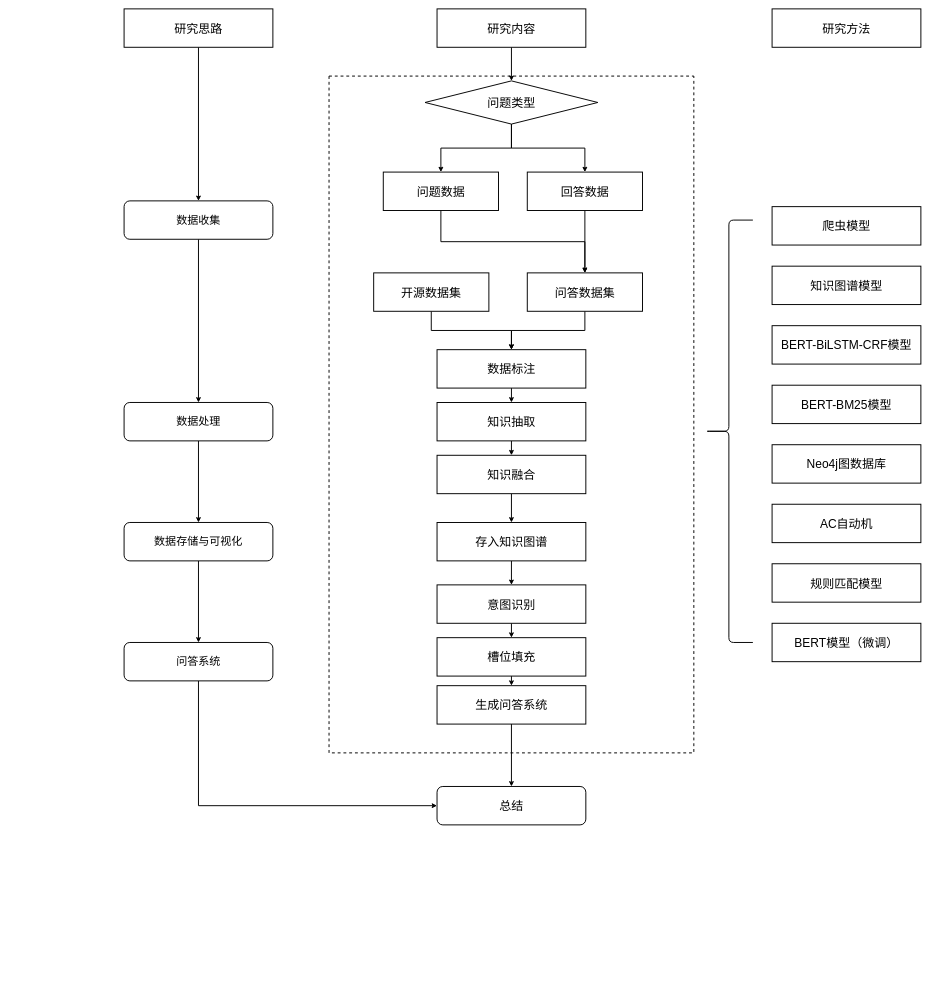
Earlier version of the draw.io diagram 技术路线图.drawio (zyaaagit/s-case). Source tidied: cells renumbered, new cells numbered last; positions are measured from the earlier drawing's top-left corner, leaving out a move shared by most shapes. Both pictures are drawn from the tidied source at 48%, with x=0, y=0 at pixel (124, 9).
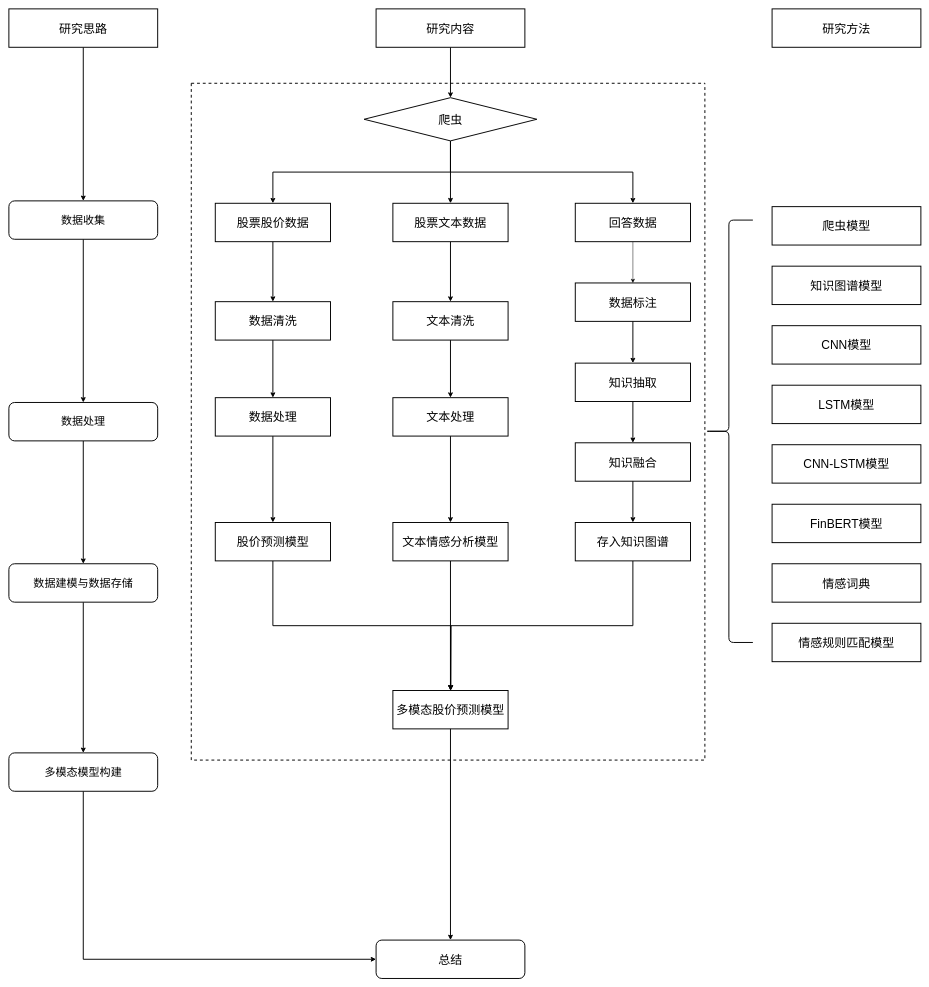
The same page after the edit.

Commit message:
更新技术路线图.drawio

The edit, as a diff of the source:
```diff
@@
     <mxCell id="3" value="&lt;font style=&quot;font-size: 23px;&quot;&gt;数据收集&lt;/font&gt;" style="rounded=1;whiteSpace=wrap;html=1;strokeWidth=2;" parent="1" vertex="1">
-      <mxGeometry y="400" width="310" height="80" as="geometry" />
+      <mxGeometry x="-240" y="400" width="310" height="80" as="geometry" />
     </mxCell>
-    <mxCell id="4" style="edgeStyle=orthogonalEdgeStyle;rounded=0;jettySize=auto;html=1;exitX=0.5;exitY=1;exitDx=0;exitDy=0;entryX=0.5;entryY=0;entryDx=0;entryDy=0;strokeWidth=2;" parent="1" edge="1" source="6" target="23">
-      <mxGeometry relative="1" as="geometry" />
-    </mxCell>
-    <mxCell id="5" style="edgeStyle=orthogonalEdgeStyle;rounded=0;jettySize=auto;html=1;exitX=0.5;exitY=1;exitDx=0;exitDy=0;entryX=0.5;entryY=0;entryDx=0;entryDy=0;strokeWidth=2;" parent="1" edge="1" source="6" target="25">
-      <mxGeometry relative="1" as="geometry" />
-    </mxCell>
-    <mxCell id="6" value="&lt;font style=&quot;font-size: 25px;&quot;&gt;问题类型&lt;/font&gt;" style="rhombus;whiteSpace=wrap;html=1;strokeWidth=2;" parent="1" vertex="1">
-      <mxGeometry x="627" y="150" width="360" height="90" as="geometry" />
-    </mxCell>
-    <mxCell id="7" value="&lt;font style=&quot;font-size: 25px;&quot;&gt;BERT-BiLSTM-CRF模型&lt;/font&gt;" style="rounded=0;whiteSpace=wrap;html=1;strokeWidth=2;" parent="1" vertex="1">
+    <mxCell id="7" value="&lt;font style=&quot;font-size: 25px;&quot;&gt;CNN模型&lt;/font&gt;" style="rounded=0;whiteSpace=wrap;html=1;strokeWidth=2;" parent="1" vertex="1">
       <mxGeometry x="1350" y="660" width="310" height="80" as="geometry" />
     </mxCell>
@@
-    <mxCell id="9" value="&lt;font style=&quot;font-size: 25px;&quot;&gt;BERT-BM25模型&lt;/font&gt;" style="rounded=0;whiteSpace=wrap;html=1;strokeWidth=2;" parent="1" vertex="1">
+    <mxCell id="9" value="&lt;font style=&quot;font-size: 25px;&quot;&gt;LSTM模型&lt;/font&gt;" style="rounded=0;whiteSpace=wrap;html=1;strokeWidth=2;" parent="1" vertex="1">
       <mxGeometry x="1350" y="784" width="310" height="80" as="geometry" />
     </mxCell>
@@
     <mxCell id="13" value="&lt;font style=&quot;font-size: 25px;&quot;&gt;研究内容&lt;/font&gt;" style="rounded=0;whiteSpace=wrap;html=1;strokeWidth=2;" parent="1" vertex="1">
-      <mxGeometry x="652" width="310" height="80" as="geometry" />
+      <mxGeometry x="525" width="310" height="80" as="geometry" />
     </mxCell>
@@
     <mxCell id="15" value="&lt;font style=&quot;font-size: 25px;&quot;&gt;研究思路&lt;/font&gt;" style="rounded=0;whiteSpace=wrap;html=1;strokeWidth=2;" parent="1" vertex="1">
-      <mxGeometry width="310" height="80" as="geometry" />
+      <mxGeometry x="-240" width="310" height="80" as="geometry" />
     </mxCell>
@@
     <mxCell id="17" value="&lt;font style=&quot;font-size: 23px;&quot;&gt;数据处理&lt;/font&gt;" style="rounded=1;whiteSpace=wrap;html=1;strokeWidth=2;" parent="1" vertex="1">
-      <mxGeometry y="820" width="310" height="80" as="geometry" />
+      <mxGeometry x="-240" y="820" width="310" height="80" as="geometry" />
     </mxCell>
@@
-    <mxCell id="19" value="&lt;font style=&quot;font-size: 23px;&quot;&gt;数据存储与可视化&lt;/font&gt;" style="rounded=1;whiteSpace=wrap;html=1;strokeWidth=2;" parent="1" vertex="1">
-      <mxGeometry y="1070" width="310" height="80" as="geometry" />
+    <mxCell id="19" value="&lt;font style=&quot;font-size: 23px;&quot;&gt;数据建模与数据存储&lt;/font&gt;" style="rounded=1;whiteSpace=wrap;html=1;strokeWidth=2;" parent="1" vertex="1">
+      <mxGeometry x="-240" y="1156" width="310" height="80" as="geometry" />
     </mxCell>
@@
-    <mxCell id="21" value="&lt;font style=&quot;font-size: 23px;&quot;&gt;问答系统&lt;/font&gt;" style="rounded=1;whiteSpace=wrap;html=1;strokeWidth=2;" parent="1" vertex="1">
-      <mxGeometry y="1320" width="310" height="80" as="geometry" />
+    <mxCell id="21" value="&lt;font style=&quot;font-size: 23px;&quot;&gt;多模态模型构建&lt;/font&gt;" style="rounded=1;whiteSpace=wrap;html=1;strokeWidth=2;" parent="1" vertex="1">
+      <mxGeometry x="-240" y="1550" width="310" height="80" as="geometry" />
     </mxCell>
-    <mxCell id="22" style="edgeStyle=orthogonalEdgeStyle;rounded=0;jettySize=auto;html=1;exitX=0.5;exitY=1;exitDx=0;exitDy=0;entryX=0.5;entryY=0;entryDx=0;entryDy=0;strokeWidth=2;" parent="1" edge="1" source="23" target="27">
-      <mxGeometry relative="1" as="geometry" />
-    </mxCell>
-    <mxCell id="23" value="&lt;font style=&quot;font-size: 25px;&quot;&gt;问题数据&lt;/font&gt;" style="rounded=0;whiteSpace=wrap;html=1;strokeWidth=2;" parent="1" vertex="1">
-      <mxGeometry x="540" y="340" width="240" height="80" as="geometry" />
-    </mxCell>
-    <mxCell id="24" style="edgeStyle=orthogonalEdgeStyle;rounded=0;jettySize=auto;html=1;exitX=0.5;exitY=1;exitDx=0;exitDy=0;entryX=0.5;entryY=0;entryDx=0;entryDy=0;strokeWidth=2;" parent="1" edge="1" source="25" target="27">
-      <mxGeometry relative="1" as="geometry" />
-    </mxCell>
-    <mxCell id="25" value="&lt;span style=&quot;font-size: 25px;&quot;&gt;回答数据&lt;/span&gt;" style="rounded=0;whiteSpace=wrap;html=1;strokeWidth=2;" parent="1" vertex="1">
-      <mxGeometry x="840" y="340" width="240" height="80" as="geometry" />
-    </mxCell>
-    <mxCell id="26" style="edgeStyle=orthogonalEdgeStyle;rounded=0;jettySize=auto;html=1;exitX=0.5;exitY=1;exitDx=0;exitDy=0;entryX=0.5;entryY=0;entryDx=0;entryDy=0;strokeWidth=2;" parent="1" edge="1" source="27" target="31">
-      <mxGeometry relative="1" as="geometry" />
-    </mxCell>
-    <mxCell id="27" value="&lt;font style=&quot;font-size: 25px;&quot;&gt;问答数据集&lt;/font&gt;" style="rounded=0;whiteSpace=wrap;html=1;strokeWidth=2;" parent="1" vertex="1">
-      <mxGeometry x="840" y="550" width="240" height="80" as="geometry" />
-    </mxCell>
-    <mxCell id="28" style="edgeStyle=orthogonalEdgeStyle;rounded=0;jettySize=auto;html=1;exitX=0.5;exitY=1;exitDx=0;exitDy=0;entryX=0.5;entryY=0;entryDx=0;entryDy=0;strokeWidth=2;" parent="1" edge="1" source="29" target="31">
-      <mxGeometry relative="1" as="geometry" />
-    </mxCell>
-    <mxCell id="29" value="&lt;font style=&quot;font-size: 25px;&quot;&gt;开源数据集&lt;/font&gt;" style="rounded=0;whiteSpace=wrap;html=1;strokeWidth=2;" parent="1" vertex="1">
-      <mxGeometry x="520" y="550" width="240" height="80" as="geometry" />
-    </mxCell>
-    <mxCell id="30" style="edgeStyle=orthogonalEdgeStyle;rounded=0;jettySize=auto;html=1;exitX=0.5;exitY=1;exitDx=0;exitDy=0;entryX=0.5;entryY=0;entryDx=0;entryDy=0;strokeWidth=2;" parent="1" edge="1" source="31" target="33">
-      <mxGeometry relative="1" as="geometry" />
-    </mxCell>
-    <mxCell id="31" value="&lt;font style=&quot;font-size: 25px;&quot;&gt;数据标注&lt;/font&gt;" style="rounded=0;whiteSpace=wrap;html=1;strokeWidth=2;" parent="1" vertex="1">
-      <mxGeometry x="652" y="710" width="310" height="80" as="geometry" />
-    </mxCell>
-    <mxCell id="32" style="edgeStyle=orthogonalEdgeStyle;rounded=0;jettySize=auto;html=1;exitX=0.5;exitY=1;exitDx=0;exitDy=0;entryX=0.5;entryY=0;entryDx=0;entryDy=0;strokeWidth=2;" parent="1" edge="1" source="33" target="35">
-      <mxGeometry relative="1" as="geometry" />
-    </mxCell>
-    <mxCell id="33" value="&lt;span style=&quot;font-size: 25px;&quot;&gt;知识抽取&lt;/span&gt;" style="rounded=0;whiteSpace=wrap;html=1;strokeWidth=2;" parent="1" vertex="1">
-      <mxGeometry x="652" y="820" width="310" height="80" as="geometry" />
-    </mxCell>
-    <mxCell id="34" style="edgeStyle=orthogonalEdgeStyle;rounded=0;jettySize=auto;html=1;exitX=0.5;exitY=1;exitDx=0;exitDy=0;entryX=0.5;entryY=0;entryDx=0;entryDy=0;strokeWidth=2;" parent="1" edge="1" source="35" target="37">
-      <mxGeometry relative="1" as="geometry" />
-    </mxCell>
-    <mxCell id="35" value="&lt;span style=&quot;font-size: 25px;&quot;&gt;知识融合&lt;/span&gt;" style="rounded=0;whiteSpace=wrap;html=1;strokeWidth=2;" parent="1" vertex="1">
-      <mxGeometry x="652" y="930" width="310" height="80" as="geometry" />
-    </mxCell>
-    <mxCell id="36" style="edgeStyle=orthogonalEdgeStyle;rounded=0;jettySize=auto;html=1;exitX=0.5;exitY=1;exitDx=0;exitDy=0;entryX=0.5;entryY=0;entryDx=0;entryDy=0;strokeWidth=2;" parent="1" edge="1" source="37" target="42">
-      <mxGeometry relative="1" as="geometry" />
-    </mxCell>
-    <mxCell id="37" value="&lt;span style=&quot;font-size: 25px;&quot;&gt;存入知识图谱&lt;/span&gt;" style="rounded=0;whiteSpace=wrap;html=1;strokeWidth=2;" parent="1" vertex="1">
-      <mxGeometry x="652" y="1070" width="310" height="80" as="geometry" />
-    </mxCell>
     <mxCell id="38" value="&lt;span style=&quot;font-size: 25px;&quot;&gt;总结&lt;/span&gt;" style="rounded=1;whiteSpace=wrap;html=1;strokeWidth=2;" parent="1" vertex="1">
-      <mxGeometry x="652" y="1620" width="310" height="80" as="geometry" />
+      <mxGeometry x="525" y="1940" width="310" height="80" as="geometry" />
     </mxCell>
-    <mxCell id="39" value="&lt;font style=&quot;font-size: 25px;&quot;&gt;Neo4j图数据库&lt;/font&gt;" style="rounded=0;whiteSpace=wrap;html=1;strokeWidth=2;" parent="1" vertex="1">
+    <mxCell id="39" value="&lt;font style=&quot;font-size: 25px;&quot;&gt;CNN-LSTM模型&lt;/font&gt;" style="rounded=0;whiteSpace=wrap;html=1;strokeWidth=2;" parent="1" vertex="1">
       <mxGeometry x="1350" y="908" width="310" height="80" as="geometry" />
     </mxCell>
     <mxCell id="40" style="swimlane;startSize=0;dashed=1;strokeWidth=2;" parent="1" vertex="1">
-      <mxGeometry x="427" y="140" width="760" height="1410" as="geometry" />
+      <mxGeometry x="140" y="155" width="1070" height="1410" as="geometry" />
     </mxCell>
-    <mxCell id="41" style="edgeStyle=orthogonalEdgeStyle;rounded=0;jettySize=auto;html=1;exitX=0.5;exitY=1;exitDx=0;exitDy=0;entryX=0.5;entryY=0;entryDx=0;entryDy=0;strokeWidth=2;" parent="40" edge="1" source="42" target="44">
-      <mxGeometry relative="1" as="geometry" />
-    </mxCell>
-    <mxCell id="42" value="&lt;span style=&quot;font-size: 25px;&quot;&gt;意图识别&lt;/span&gt;" style="rounded=0;whiteSpace=wrap;html=1;strokeWidth=2;" parent="40" vertex="1">
-      <mxGeometry x="225" y="1060" width="310" height="80" as="geometry" />
-    </mxCell>
-    <mxCell id="43" style="edgeStyle=orthogonalEdgeStyle;rounded=0;jettySize=auto;html=1;exitX=0.5;exitY=1;exitDx=0;exitDy=0;entryX=0.5;entryY=0;entryDx=0;entryDy=0;strokeWidth=2;" parent="40" edge="1" source="44" target="45">
-      <mxGeometry relative="1" as="geometry" />
-    </mxCell>
-    <mxCell id="44" value="&lt;span style=&quot;font-size: 25px;&quot;&gt;槽位填充&lt;/span&gt;" style="rounded=0;whiteSpace=wrap;html=1;strokeWidth=2;" parent="40" vertex="1">
-      <mxGeometry x="225" y="1170" width="310" height="80" as="geometry" />
-    </mxCell>
-    <mxCell id="45" value="&lt;span style=&quot;font-size: 25px;&quot;&gt;生成问答系统&lt;/span&gt;" style="rounded=0;whiteSpace=wrap;html=1;strokeWidth=2;" parent="40" vertex="1">
-      <mxGeometry x="225" y="1270" width="310" height="80" as="geometry" />
-    </mxCell>
+    <mxCell id="51" style="edgeStyle=orthogonalEdgeStyle;rounded=0;jettySize=auto;html=1;exitX=0.5;exitY=1;exitDx=0;exitDy=0;entryX=0.5;entryY=0;entryDx=0;entryDy=0;strokeWidth=2;" parent="40" edge="1" source="25" target="64">
+      <mxGeometry relative="1" as="geometry" />
+    </mxCell>
+    <mxCell id="25" value="&lt;span style=&quot;font-size: 25px;&quot;&gt;股票股价数据&lt;/span&gt;" style="rounded=0;whiteSpace=wrap;html=1;strokeWidth=2;" parent="40" vertex="1">
+      <mxGeometry x="50" y="250" width="240" height="80" as="geometry" />
+    </mxCell>
+    <mxCell id="52" style="edgeStyle=orthogonalEdgeStyle;rounded=0;jettySize=auto;html=1;exitX=0.5;exitY=1;exitDx=0;exitDy=0;entryX=0.5;entryY=0;entryDx=0;entryDy=0;strokeWidth=2;" parent="40" edge="1" source="53" target="66">
+      <mxGeometry relative="1" as="geometry" />
+    </mxCell>
+    <mxCell id="53" value="&lt;span style=&quot;font-size: 25px;&quot;&gt;股票文本数据&lt;/span&gt;" style="rounded=0;whiteSpace=wrap;html=1;strokeWidth=2;" parent="40" vertex="1">
+      <mxGeometry x="420" y="250" width="240" height="80" as="geometry" />
+    </mxCell>
+    <mxCell id="54" style="edgeStyle=orthogonalEdgeStyle;rounded=0;jettySize=auto;html=1;exitX=0.5;exitY=1;exitDx=0;exitDy=0;entryX=0.5;entryY=0;entryDx=0;entryDy=0;" parent="40" edge="1" source="55" target="31">
+      <mxGeometry relative="1" as="geometry" />
+    </mxCell>
+    <mxCell id="55" value="&lt;span style=&quot;font-size: 25px;&quot;&gt;回答数据&lt;/span&gt;" style="rounded=0;whiteSpace=wrap;html=1;strokeWidth=2;" parent="40" vertex="1">
+      <mxGeometry x="800" y="250" width="240" height="80" as="geometry" />
+    </mxCell>
+    <mxCell id="56" style="edgeStyle=orthogonalEdgeStyle;rounded=0;jettySize=auto;html=1;exitX=0.5;exitY=1;exitDx=0;exitDy=0;entryX=0.5;entryY=0;entryDx=0;entryDy=0;strokeWidth=2;" parent="40" edge="1" source="6" target="53">
+      <mxGeometry relative="1" as="geometry" />
+    </mxCell>
+    <mxCell id="57" style="edgeStyle=orthogonalEdgeStyle;rounded=0;jettySize=auto;html=1;exitX=0.5;exitY=1;exitDx=0;exitDy=0;strokeWidth=2;" parent="40" edge="1" source="6" target="55">
+      <mxGeometry relative="1" as="geometry" />
+    </mxCell>
+    <mxCell id="6" value="&lt;span style=&quot;font-size: 25px;&quot;&gt;爬虫&lt;/span&gt;" style="rhombus;whiteSpace=wrap;html=1;strokeWidth=2;" parent="40" vertex="1">
+      <mxGeometry x="360" y="30" width="360" height="90" as="geometry" />
+    </mxCell>
+    <mxCell id="5" style="edgeStyle=orthogonalEdgeStyle;rounded=0;jettySize=auto;html=1;exitX=0.5;exitY=1;exitDx=0;exitDy=0;entryX=0.5;entryY=0;entryDx=0;entryDy=0;strokeWidth=2;" parent="40" edge="1" source="6" target="25">
+      <mxGeometry relative="1" as="geometry" />
+    </mxCell>
+    <mxCell id="35" value="&lt;span style=&quot;font-size: 25px;&quot;&gt;知识融合&lt;/span&gt;" style="rounded=0;whiteSpace=wrap;html=1;strokeWidth=2;" parent="40" vertex="1">
+      <mxGeometry x="800" y="749" width="240" height="80" as="geometry" />
+    </mxCell>
+    <mxCell id="58" style="edgeStyle=orthogonalEdgeStyle;rounded=0;jettySize=auto;html=1;exitX=0.5;exitY=1;exitDx=0;exitDy=0;entryX=0.5;entryY=0;entryDx=0;entryDy=0;strokeWidth=2;" parent="40" edge="1" source="37" target="71">
+      <mxGeometry relative="1" as="geometry" />
+    </mxCell>
+    <mxCell id="37" value="&lt;span style=&quot;font-size: 25px;&quot;&gt;存入知识图谱&lt;/span&gt;" style="rounded=0;whiteSpace=wrap;html=1;strokeWidth=2;" parent="40" vertex="1">
+      <mxGeometry x="800" y="915" width="240" height="80" as="geometry" />
+    </mxCell>
+    <mxCell id="33" value="&lt;span style=&quot;font-size: 25px;&quot;&gt;知识抽取&lt;/span&gt;" style="rounded=0;whiteSpace=wrap;html=1;strokeWidth=2;" parent="40" vertex="1">
+      <mxGeometry x="800" y="583" width="240" height="80" as="geometry" />
+    </mxCell>
+    <mxCell id="31" value="&lt;font style=&quot;font-size: 25px;&quot;&gt;数据标注&lt;/font&gt;" style="rounded=0;whiteSpace=wrap;html=1;strokeWidth=2;" parent="40" vertex="1">
+      <mxGeometry x="800" y="416" width="240" height="80" as="geometry" />
+    </mxCell>
+    <mxCell id="34" style="edgeStyle=orthogonalEdgeStyle;rounded=0;jettySize=auto;html=1;exitX=0.5;exitY=1;exitDx=0;exitDy=0;entryX=0.5;entryY=0;entryDx=0;entryDy=0;strokeWidth=2;" parent="40" edge="1" source="35" target="37">
+      <mxGeometry relative="1" as="geometry" />
+    </mxCell>
+    <mxCell id="32" style="edgeStyle=orthogonalEdgeStyle;rounded=0;jettySize=auto;html=1;exitX=0.5;exitY=1;exitDx=0;exitDy=0;entryX=0.5;entryY=0;entryDx=0;entryDy=0;strokeWidth=2;" parent="40" edge="1" source="33" target="35">
+      <mxGeometry relative="1" as="geometry" />
+    </mxCell>
+    <mxCell id="30" style="edgeStyle=orthogonalEdgeStyle;rounded=0;jettySize=auto;html=1;exitX=0.5;exitY=1;exitDx=0;exitDy=0;entryX=0.5;entryY=0;entryDx=0;entryDy=0;strokeWidth=2;" parent="40" edge="1" source="31" target="33">
+      <mxGeometry relative="1" as="geometry" />
+    </mxCell>
+    <mxCell id="59" style="edgeStyle=orthogonalEdgeStyle;rounded=0;jettySize=auto;html=1;exitX=0.5;exitY=1;exitDx=0;exitDy=0;entryX=0.5;entryY=0;entryDx=0;entryDy=0;strokeWidth=2;" parent="40" edge="1" source="60" target="70">
+      <mxGeometry relative="1" as="geometry" />
+    </mxCell>
+    <mxCell id="60" value="&lt;font style=&quot;font-size: 25px;&quot;&gt;文本处理&lt;/font&gt;" style="rounded=0;whiteSpace=wrap;html=1;strokeWidth=2;" parent="40" vertex="1">
+      <mxGeometry x="420" y="655" width="240" height="80" as="geometry" />
+    </mxCell>
+    <mxCell id="61" style="edgeStyle=orthogonalEdgeStyle;rounded=0;jettySize=auto;html=1;exitX=0.5;exitY=1;exitDx=0;exitDy=0;entryX=0.5;entryY=0;entryDx=0;entryDy=0;strokeWidth=2;" parent="40" edge="1" source="62" target="68">
+      <mxGeometry relative="1" as="geometry" />
+    </mxCell>
+    <mxCell id="62" value="&lt;font style=&quot;font-size: 25px;&quot;&gt;数据处理&lt;/font&gt;" style="rounded=0;whiteSpace=wrap;html=1;strokeWidth=2;" parent="40" vertex="1">
+      <mxGeometry x="50" y="655" width="240" height="80" as="geometry" />
+    </mxCell>
+    <mxCell id="63" style="edgeStyle=orthogonalEdgeStyle;rounded=0;jettySize=auto;html=1;exitX=0.5;exitY=1;exitDx=0;exitDy=0;entryX=0.5;entryY=0;entryDx=0;entryDy=0;strokeWidth=2;" parent="40" edge="1" source="64" target="62">
+      <mxGeometry relative="1" as="geometry" />
+    </mxCell>
+    <mxCell id="64" value="&lt;span style=&quot;font-size: 25px;&quot;&gt;数据清洗&lt;/span&gt;" style="rounded=0;whiteSpace=wrap;html=1;strokeWidth=2;" parent="40" vertex="1">
+      <mxGeometry x="50" y="455" width="240" height="80" as="geometry" />
+    </mxCell>
+    <mxCell id="65" style="edgeStyle=orthogonalEdgeStyle;rounded=0;jettySize=auto;html=1;exitX=0.5;exitY=1;exitDx=0;exitDy=0;entryX=0.5;entryY=0;entryDx=0;entryDy=0;strokeWidth=2;" parent="40" edge="1" source="66" target="60">
+      <mxGeometry relative="1" as="geometry" />
+    </mxCell>
+    <mxCell id="66" value="&lt;span style=&quot;font-size: 25px;&quot;&gt;文本清洗&lt;/span&gt;" style="rounded=0;whiteSpace=wrap;html=1;strokeWidth=2;" parent="40" vertex="1">
+      <mxGeometry x="420" y="455" width="240" height="80" as="geometry" />
+    </mxCell>
+    <mxCell id="67" style="edgeStyle=orthogonalEdgeStyle;rounded=0;jettySize=auto;html=1;exitX=0.5;exitY=1;exitDx=0;exitDy=0;entryX=0.5;entryY=0;entryDx=0;entryDy=0;strokeWidth=2;" parent="40" edge="1" source="68" target="71">
+      <mxGeometry relative="1" as="geometry" />
+    </mxCell>
+    <mxCell id="68" value="&lt;font style=&quot;font-size: 25px;&quot;&gt;股价预测模型&lt;/font&gt;" style="rounded=0;whiteSpace=wrap;html=1;strokeWidth=2;" parent="40" vertex="1">
+      <mxGeometry x="50" y="915" width="240" height="80" as="geometry" />
+    </mxCell>
+    <mxCell id="69" style="edgeStyle=orthogonalEdgeStyle;rounded=0;jettySize=auto;html=1;exitX=0.5;exitY=1;exitDx=0;exitDy=0;strokeWidth=2;" parent="40" edge="1" source="70">
+      <mxGeometry relative="1" as="geometry">
+        <mxPoint x="540.8" y="1265" as="targetPoint" />
+      </mxGeometry>
+    </mxCell>
+    <mxCell id="70" value="&lt;span style=&quot;font-size: 25px;&quot;&gt;文本情感分析模型&lt;/span&gt;" style="rounded=0;whiteSpace=wrap;html=1;strokeWidth=2;" parent="40" vertex="1">
+      <mxGeometry x="420" y="915" width="240" height="80" as="geometry" />
+    </mxCell>
+    <mxCell id="71" value="&lt;span style=&quot;font-size: 25px;&quot;&gt;多模态股价预测模型&lt;/span&gt;" style="rounded=0;whiteSpace=wrap;html=1;strokeWidth=2;" parent="40" vertex="1">
+      <mxGeometry x="420" y="1265" width="240" height="80" as="geometry" />
+    </mxCell>
@@
-    <mxCell id="47" style="edgeStyle=orthogonalEdgeStyle;rounded=0;jettySize=auto;html=1;exitX=0.5;exitY=1;exitDx=0;exitDy=0;strokeWidth=2;" parent="1" edge="1" source="45" target="38">
-      <mxGeometry relative="1" as="geometry" />
-    </mxCell>
-    <mxCell id="48" value="&lt;font style=&quot;font-size: 25px;&quot;&gt;AC自动机&lt;/font&gt;" style="rounded=0;whiteSpace=wrap;html=1;strokeWidth=2;" parent="1" vertex="1">
+    <mxCell id="48" value="&lt;font style=&quot;font-size: 25px;&quot;&gt;FinBERT模型&lt;/font&gt;" style="rounded=0;whiteSpace=wrap;html=1;strokeWidth=2;" parent="1" vertex="1">
       <mxGeometry x="1350" y="1032" width="310" height="80" as="geometry" />
     </mxCell>
-    <mxCell id="49" value="&lt;font style=&quot;font-size: 25px;&quot;&gt;规则匹配模型&lt;/font&gt;" style="rounded=0;whiteSpace=wrap;html=1;strokeWidth=2;" parent="1" vertex="1">
+    <mxCell id="49" value="&lt;font style=&quot;font-size: 25px;&quot;&gt;情感词典&lt;/font&gt;" style="rounded=0;whiteSpace=wrap;html=1;strokeWidth=2;" parent="1" vertex="1">
       <mxGeometry x="1350" y="1156" width="310" height="80" as="geometry" />
     </mxCell>
-    <mxCell id="50" value="&lt;font style=&quot;font-size: 25px;&quot;&gt;BERT模型（微调）&lt;/font&gt;" style="rounded=0;whiteSpace=wrap;html=1;strokeWidth=2;" parent="1" vertex="1">
+    <mxCell id="50" value="&lt;span style=&quot;font-size: 25px;&quot;&gt;情感规则匹配模型&lt;/span&gt;" style="rounded=0;whiteSpace=wrap;html=1;strokeWidth=2;" parent="1" vertex="1">
       <mxGeometry x="1350" y="1280" width="310" height="80" as="geometry" />
     </mxCell>
+    <mxCell id="72" style="edgeStyle=orthogonalEdgeStyle;rounded=0;jettySize=auto;html=1;exitX=0.5;exitY=1;exitDx=0;exitDy=0;strokeWidth=2;" parent="1" edge="1" source="71" target="38">
+      <mxGeometry relative="1" as="geometry" />
+    </mxCell>
```
